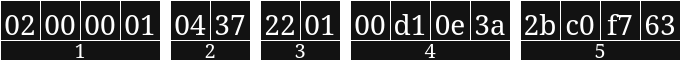
Earlier version of the draw.io export images/device_discovery_packet_header_schema.png (KostasEreksonas/Tapo_protocol_analysis). Source tidied: cells renumbered, new cells last; positions are measured from the earlier drawing's top-left corner, leaving out a move shared by most shapes.
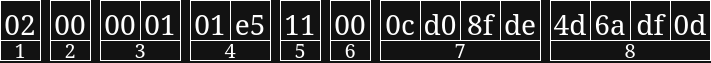
Above is the later version.

Commit message:
Updated discovery packet header description; Updated UDP packet parsing; Updated packet descriptions

Diff of the diagram source:
```diff
@@ -6,64 +6,73 @@
       <mxGeometry width="40" height="40" as="geometry" />
     </mxCell>
     <mxCell id="3" value="00" style="whiteSpace=wrap;html=1;fontSize=28;verticalAlign=top;" parent="1" vertex="1">
-      <mxGeometry x="40" width="40" height="40" as="geometry" />
+      <mxGeometry x="50" width="40" height="40" as="geometry" />
     </mxCell>
     <mxCell id="4" value="00" style="whiteSpace=wrap;html=1;fontSize=28;verticalAlign=top;" parent="1" vertex="1">
-      <mxGeometry x="80" width="40" height="40" as="geometry" />
+      <mxGeometry x="100" width="40" height="40" as="geometry" />
     </mxCell>
     <mxCell id="5" value="01" style="whiteSpace=wrap;html=1;fontSize=28;verticalAlign=top;" parent="1" vertex="1">
-      <mxGeometry x="120" width="40" height="40" as="geometry" />
+      <mxGeometry x="140" width="40" height="40" as="geometry" />
     </mxCell>
-    <mxCell id="6" value="04" style="whiteSpace=wrap;html=1;fontSize=28;verticalAlign=top;" parent="1" vertex="1">
-      <mxGeometry x="170" width="40" height="40" as="geometry" />
+    <mxCell id="6" value="01" style="whiteSpace=wrap;html=1;fontSize=28;verticalAlign=top;" parent="1" vertex="1">
+      <mxGeometry x="190" width="40" height="40" as="geometry" />
     </mxCell>
-    <mxCell id="7" value="37" style="whiteSpace=wrap;html=1;fontSize=28;verticalAlign=top;" parent="1" vertex="1">
-      <mxGeometry x="210" width="40" height="40" as="geometry" />
+    <mxCell id="7" value="e5" style="whiteSpace=wrap;html=1;fontSize=28;verticalAlign=top;" parent="1" vertex="1">
+      <mxGeometry x="230" width="40" height="40" as="geometry" />
     </mxCell>
-    <mxCell id="8" value="22" style="whiteSpace=wrap;html=1;fontSize=28;verticalAlign=top;" parent="1" vertex="1">
-      <mxGeometry x="260" width="40" height="40" as="geometry" />
+    <mxCell id="8" value="11" style="whiteSpace=wrap;html=1;fontSize=28;verticalAlign=top;" parent="1" vertex="1">
+      <mxGeometry x="280" width="40" height="40" as="geometry" />
     </mxCell>
-    <mxCell id="9" value="01" style="whiteSpace=wrap;html=1;fontSize=28;verticalAlign=top;" parent="1" vertex="1">
-      <mxGeometry x="300" width="40" height="40" as="geometry" />
+    <mxCell id="9" value="00" style="whiteSpace=wrap;html=1;fontSize=28;verticalAlign=top;" parent="1" vertex="1">
+      <mxGeometry x="330" width="40" height="40" as="geometry" />
     </mxCell>
-    <mxCell id="10" value="00" style="whiteSpace=wrap;html=1;fontSize=28;verticalAlign=top;" parent="1" vertex="1">
-      <mxGeometry x="350" width="40" height="40" as="geometry" />
+    <mxCell id="10" value="0c" style="whiteSpace=wrap;html=1;fontSize=28;verticalAlign=top;" parent="1" vertex="1">
+      <mxGeometry x="380" width="40" height="40" as="geometry" />
     </mxCell>
-    <mxCell id="11" value="d1" style="whiteSpace=wrap;html=1;fontSize=28;verticalAlign=top;" parent="1" vertex="1">
-      <mxGeometry x="390" width="40" height="40" as="geometry" />
+    <mxCell id="11" value="d0" style="whiteSpace=wrap;html=1;fontSize=28;verticalAlign=top;" parent="1" vertex="1">
+      <mxGeometry x="420" width="40" height="40" as="geometry" />
     </mxCell>
-    <mxCell id="12" value="0e" style="whiteSpace=wrap;html=1;fontSize=28;verticalAlign=top;" parent="1" vertex="1">
-      <mxGeometry x="430" width="40" height="40" as="geometry" />
+    <mxCell id="12" value="8f" style="whiteSpace=wrap;html=1;fontSize=28;verticalAlign=top;" parent="1" vertex="1">
+      <mxGeometry x="460" width="40" height="40" as="geometry" />
     </mxCell>
-    <mxCell id="13" value="3a" style="whiteSpace=wrap;html=1;fontSize=28;verticalAlign=top;" parent="1" vertex="1">
-      <mxGeometry x="470" width="40" height="40" as="geometry" />
+    <mxCell id="13" value="de" style="whiteSpace=wrap;html=1;fontSize=28;verticalAlign=top;" parent="1" vertex="1">
+      <mxGeometry x="500" width="40" height="40" as="geometry" />
     </mxCell>
-    <mxCell id="14" value="2b" style="whiteSpace=wrap;html=1;fontSize=28;verticalAlign=top;" parent="1" vertex="1">
-      <mxGeometry x="520" width="40" height="40" as="geometry" />
+    <mxCell id="14" value="4d" style="whiteSpace=wrap;html=1;fontSize=28;verticalAlign=top;" parent="1" vertex="1">
+      <mxGeometry x="550" width="40" height="40" as="geometry" />
     </mxCell>
-    <mxCell id="15" value="c0" style="whiteSpace=wrap;html=1;fontSize=28;verticalAlign=top;" parent="1" vertex="1">
-      <mxGeometry x="560" width="40" height="40" as="geometry" />
+    <mxCell id="15" value="6a" style="whiteSpace=wrap;html=1;fontSize=28;verticalAlign=top;" parent="1" vertex="1">
+      <mxGeometry x="590" width="40" height="40" as="geometry" />
     </mxCell>
-    <mxCell id="16" value="f7" style="whiteSpace=wrap;html=1;fontSize=28;verticalAlign=top;" parent="1" vertex="1">
-      <mxGeometry x="600" width="40" height="40" as="geometry" />
+    <mxCell id="16" value="df" style="whiteSpace=wrap;html=1;fontSize=28;verticalAlign=top;" parent="1" vertex="1">
+      <mxGeometry x="630" width="40" height="40" as="geometry" />
     </mxCell>
-    <mxCell id="17" value="63" style="whiteSpace=wrap;html=1;fontSize=28;verticalAlign=top;" parent="1" vertex="1">
-      <mxGeometry x="640" width="40" height="40" as="geometry" />
+    <mxCell id="17" value="0d" style="whiteSpace=wrap;html=1;fontSize=28;verticalAlign=top;" parent="1" vertex="1">
+      <mxGeometry x="670" width="40" height="40" as="geometry" />
     </mxCell>
     <mxCell id="18" value="&lt;font&gt;1&lt;/font&gt;" style="whiteSpace=wrap;html=1;fontSize=20;verticalAlign=middle;imageAspect=1;imageHeight=12;" parent="1" vertex="1">
-      <mxGeometry y="40" width="160" height="20" as="geometry" />
+      <mxGeometry y="40" width="40" height="20" as="geometry" />
     </mxCell>
     <mxCell id="19" value="&lt;font&gt;2&lt;/font&gt;" style="whiteSpace=wrap;html=1;fontSize=20;verticalAlign=middle;imageAspect=1;imageHeight=12;" parent="1" vertex="1">
-      <mxGeometry x="170" y="40" width="80" height="20" as="geometry" />
+      <mxGeometry x="50" y="40" width="40" height="20" as="geometry" />
     </mxCell>
     <mxCell id="20" value="&lt;font&gt;3&lt;/font&gt;" style="whiteSpace=wrap;html=1;fontSize=20;verticalAlign=middle;imageAspect=1;imageHeight=12;" parent="1" vertex="1">
-      <mxGeometry x="260" y="40" width="80" height="20" as="geometry" />
+      <mxGeometry x="100" y="40" width="80" height="20" as="geometry" />
     </mxCell>
     <mxCell id="21" value="&lt;font&gt;4&lt;/font&gt;" style="whiteSpace=wrap;html=1;fontSize=20;verticalAlign=middle;imageAspect=1;imageHeight=12;" parent="1" vertex="1">
-      <mxGeometry x="350" y="40" width="160" height="20" as="geometry" />
+      <mxGeometry x="190" y="40" width="80" height="20" as="geometry" />
     </mxCell>
     <mxCell id="22" value="&lt;font&gt;5&lt;/font&gt;" style="whiteSpace=wrap;html=1;fontSize=20;verticalAlign=middle;imageAspect=1;imageHeight=12;" parent="1" vertex="1">
-      <mxGeometry x="520" y="40" width="160" height="20" as="geometry" />
+      <mxGeometry x="280" y="40" width="40" height="20" as="geometry" />
     </mxCell>
+    <mxCell id="23" value="6" style="whiteSpace=wrap;html=1;fontSize=20;verticalAlign=middle;imageAspect=1;imageHeight=12;" parent="1" vertex="1">
+      <mxGeometry x="330" y="40" width="40" height="20" as="geometry" />
+    </mxCell>
+    <mxCell id="24" value="7" style="whiteSpace=wrap;html=1;fontSize=20;verticalAlign=middle;imageAspect=1;imageHeight=12;" parent="1" vertex="1">
+      <mxGeometry x="380" y="40" width="160" height="20" as="geometry" />
+    </mxCell>
+    <mxCell id="25" value="&lt;div&gt;8&lt;/div&gt;" style="whiteSpace=wrap;html=1;fontSize=20;verticalAlign=middle;imageAspect=1;imageHeight=12;" parent="1" vertex="1">
+      <mxGeometry x="550" y="40" width="160" height="20" as="geometry" />
+    </mxCell>
   </root>
 </mxGraphModel>
```
